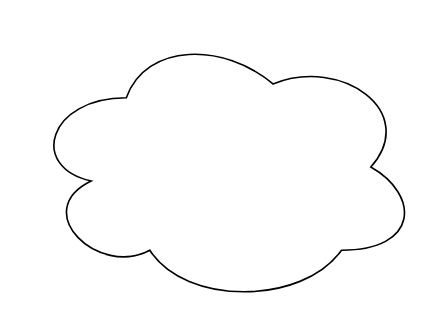
Earlier version of the draw.io diagram CShardpBasic.drawio (JeongHaYun123/Unity_13th). Source tidied: cells renumbered, new cells numbered last; positions are measured from the earlier drawing's top-left corner, leaving out a move shared by most shapes. Both pictures are drawn from the tidied source at 163%, with x=0, y=0 at pixel (28, 28).
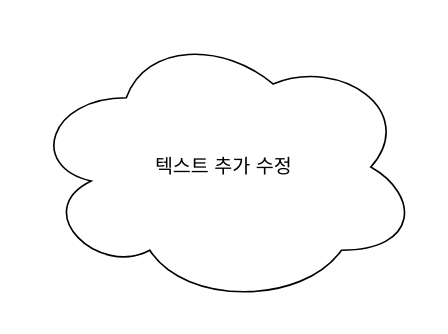
The same diagram, later.

What changed in the source:
```diff
@@
 <mxGraphModel>
   <root>
     <mxCell id="0" />
     <mxCell id="1" parent="0" />
-    <mxCell id="2" style="ellipse;shape=cloud;whiteSpace=wrap;html=1;" parent="1" vertex="1">
+    <mxCell id="2" value="텍스트 추가 수정" style="ellipse;shape=cloud;whiteSpace=wrap;html=1;" parent="1" vertex="1">
       <mxGeometry width="240" height="170" as="geometry" />
     </mxCell>
   </root>
 </mxGraphModel>
```
